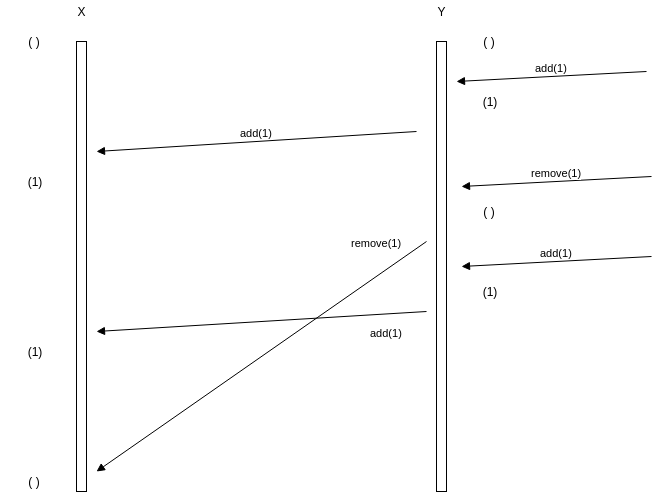
Earlier version of the draw.io export op-based-in-order-delivery.png (rcristian/CRDTIntro). Source tidied: cells renumbered, new cells last; positions are measured from the earlier drawing's top-left corner, leaving out a move shared by most shapes.
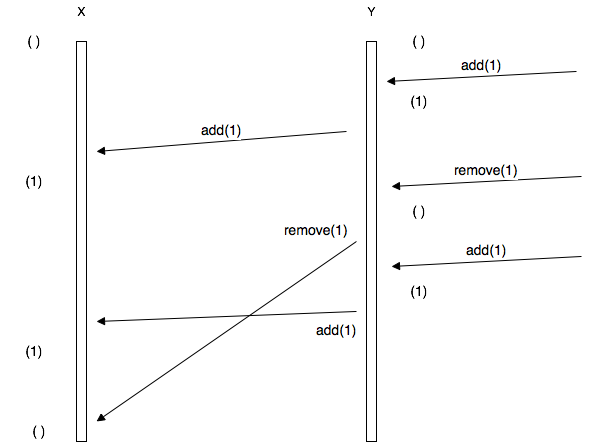
The same file after the commit.

The edit, as a diff of the source:
```diff
@@ -3,78 +3,78 @@
     <mxCell id="0" />
     <mxCell id="1" parent="0" />
     <mxCell id="2" style="html=1;perimeter=orthogonalPerimeter;" parent="1" vertex="1">
-      <mxGeometry x="75" y="40" width="10" height="450" as="geometry" />
+      <mxGeometry x="145" y="40" width="10" height="400" as="geometry" />
     </mxCell>
     <mxCell id="3" style="html=1;perimeter=orthogonalPerimeter;" parent="1" vertex="1">
-      <mxGeometry x="435" y="40" width="10" height="450" as="geometry" />
+      <mxGeometry x="435" y="40" width="10" height="400" as="geometry" />
     </mxCell>
     <mxCell id="4" value="X" style="text;html=1;strokeColor=none;fillColor=none;align=center;verticalAlign=middle;whiteSpace=wrap;overflow=hidden;" parent="1" vertex="1">
-      <mxGeometry x="60" width="40" height="20" as="geometry" />
+      <mxGeometry x="130" width="40" height="20" as="geometry" />
     </mxCell>
     <mxCell id="5" value="Y" style="text;html=1;strokeColor=none;fillColor=none;align=center;verticalAlign=middle;whiteSpace=wrap;overflow=hidden;" parent="1" vertex="1">
       <mxGeometry x="420" width="40" height="20" as="geometry" />
     </mxCell>
-    <mxCell id="6" value="( )" style="text;html=1;strokeColor=none;fillColor=none;align=center;verticalAlign=middle;whiteSpace=wrap;overflow=hidden;" parent="1" vertex="1">
-      <mxGeometry x="5" y="30" width="55" height="20" as="geometry" />
+    <mxCell id="6" value="&lt;font style=&quot;font-size: 14px&quot;&gt;( )&lt;/font&gt;" style="text;html=1;strokeColor=none;fillColor=none;align=center;verticalAlign=middle;whiteSpace=wrap;overflow=hidden;" parent="1" vertex="1">
+      <mxGeometry x="75" y="30" width="55" height="20" as="geometry" />
     </mxCell>
-    <mxCell id="7" value="( )" style="text;html=1;strokeColor=none;fillColor=none;align=center;verticalAlign=middle;whiteSpace=wrap;overflow=hidden;" parent="1" vertex="1">
+    <mxCell id="7" value="&lt;font style=&quot;font-size: 14px&quot;&gt;( )&lt;/font&gt;" style="text;html=1;strokeColor=none;fillColor=none;align=center;verticalAlign=middle;whiteSpace=wrap;overflow=hidden;" parent="1" vertex="1">
       <mxGeometry x="455" y="30" width="65" height="20" as="geometry" />
     </mxCell>
-    <mxCell id="8" value="add(1)" style="html=1;verticalAlign=bottom;endArrow=block;" parent="1" edge="1">
+    <mxCell id="8" value="&lt;font style=&quot;font-size: 14px&quot;&gt;add(1)&lt;/font&gt;" style="html=1;verticalAlign=bottom;endArrow=block;" parent="1" edge="1">
       <mxGeometry x="530" y="110" as="geometry">
         <mxPoint x="645" y="70" as="sourcePoint" />
         <mxPoint x="455" y="80" as="targetPoint" />
       </mxGeometry>
     </mxCell>
-    <mxCell id="9" value="(1)" style="text;html=1;strokeColor=none;fillColor=none;align=center;verticalAlign=middle;whiteSpace=wrap;overflow=hidden;" parent="1" vertex="1">
+    <mxCell id="9" value="&lt;font style=&quot;font-size: 14px&quot;&gt;(1)&lt;/font&gt;" style="text;html=1;strokeColor=none;fillColor=none;align=center;verticalAlign=middle;whiteSpace=wrap;overflow=hidden;" parent="1" vertex="1">
       <mxGeometry x="455" y="90" width="65" height="20" as="geometry" />
     </mxCell>
-    <mxCell id="10" value="add(1)" style="html=1;verticalAlign=bottom;endArrow=block;" parent="1" edge="1">
+    <mxCell id="10" value="&lt;font style=&quot;font-size: 14px&quot;&gt;add(1)&lt;/font&gt;" style="html=1;verticalAlign=bottom;endArrow=block;" parent="1" edge="1">
       <mxGeometry x="170" y="170" as="geometry">
         <mxPoint x="415" y="130" as="sourcePoint" />
-        <mxPoint x="95" y="150" as="targetPoint" />
+        <mxPoint x="165" y="150" as="targetPoint" />
       </mxGeometry>
     </mxCell>
-    <mxCell id="11" value="(1)" style="text;html=1;strokeColor=none;fillColor=none;align=center;verticalAlign=middle;whiteSpace=wrap;overflow=hidden;" parent="1" vertex="1">
-      <mxGeometry y="170" width="65" height="20" as="geometry" />
+    <mxCell id="11" value="&lt;font style=&quot;font-size: 14px&quot;&gt;(1)&lt;/font&gt;" style="text;html=1;strokeColor=none;fillColor=none;align=center;verticalAlign=middle;whiteSpace=wrap;overflow=hidden;" parent="1" vertex="1">
+      <mxGeometry x="70" y="170" width="65" height="20" as="geometry" />
     </mxCell>
-    <mxCell id="12" value="remove(1)" style="html=1;verticalAlign=bottom;endArrow=block;" parent="1" edge="1">
+    <mxCell id="12" value="&lt;font style=&quot;font-size: 14px&quot;&gt;remove(1)&lt;/font&gt;" style="html=1;verticalAlign=bottom;endArrow=block;" parent="1" edge="1">
       <mxGeometry x="535" y="215" as="geometry">
         <mxPoint x="650" y="175" as="sourcePoint" />
         <mxPoint x="460" y="185" as="targetPoint" />
       </mxGeometry>
     </mxCell>
-    <mxCell id="13" value="add(1)" style="html=1;verticalAlign=bottom;endArrow=block;" parent="1" edge="1">
+    <mxCell id="13" value="&lt;font style=&quot;font-size: 14px&quot;&gt;add(1)&lt;/font&gt;" style="html=1;verticalAlign=bottom;endArrow=block;" parent="1" edge="1">
       <mxGeometry x="535" y="295" as="geometry">
         <mxPoint x="650" y="255" as="sourcePoint" />
         <mxPoint x="460" y="265" as="targetPoint" />
       </mxGeometry>
     </mxCell>
-    <mxCell id="14" value="( )" style="text;html=1;strokeColor=none;fillColor=none;align=center;verticalAlign=middle;whiteSpace=wrap;overflow=hidden;" parent="1" vertex="1">
+    <mxCell id="14" value="&lt;font style=&quot;font-size: 14px&quot;&gt;( )&lt;/font&gt;" style="text;html=1;strokeColor=none;fillColor=none;align=center;verticalAlign=middle;whiteSpace=wrap;overflow=hidden;" parent="1" vertex="1">
       <mxGeometry x="455" y="200" width="65" height="20" as="geometry" />
     </mxCell>
-    <mxCell id="15" value="(1)" style="text;html=1;strokeColor=none;fillColor=none;align=center;verticalAlign=middle;whiteSpace=wrap;overflow=hidden;" parent="1" vertex="1">
+    <mxCell id="15" value="&lt;font style=&quot;font-size: 14px&quot;&gt;(1)&lt;/font&gt;" style="text;html=1;strokeColor=none;fillColor=none;align=center;verticalAlign=middle;whiteSpace=wrap;overflow=hidden;" parent="1" vertex="1">
       <mxGeometry x="455" y="280" width="65" height="20" as="geometry" />
     </mxCell>
-    <mxCell id="16" value="remove(1)" style="html=1;verticalAlign=bottom;endArrow=block;" parent="1" edge="1">
-      <mxGeometry x="15" y="40" as="geometry">
+    <mxCell id="16" value="&lt;font style=&quot;font-size: 14px&quot;&gt;remove(1)&lt;/font&gt;" style="html=1;verticalAlign=bottom;endArrow=block;" parent="1" edge="1">
+      <mxGeometry as="geometry">
         <mxPoint x="425" y="240" as="sourcePoint" />
-        <mxPoint x="95" y="470" as="targetPoint" />
-        <mxPoint x="115" y="-105" as="offset" />
+        <mxPoint x="165" y="420" as="targetPoint" />
+        <mxPoint x="90" y="-90" as="offset" />
       </mxGeometry>
     </mxCell>
-    <mxCell id="17" value="add(1)" style="html=1;verticalAlign=bottom;endArrow=block;" parent="1" edge="1">
-      <mxGeometry x="10" y="10" as="geometry">
+    <mxCell id="17" value="&lt;font style=&quot;font-size: 14px&quot;&gt;add(1)&lt;/font&gt;" style="html=1;verticalAlign=bottom;endArrow=block;" parent="1" edge="1">
+      <mxGeometry as="geometry">
         <mxPoint x="425" y="310" as="sourcePoint" />
-        <mxPoint x="95" y="330" as="targetPoint" />
-        <mxPoint x="125" y="20" as="offset" />
+        <mxPoint x="165" y="320" as="targetPoint" />
+        <mxPoint x="110" y="25" as="offset" />
       </mxGeometry>
     </mxCell>
-    <mxCell id="18" value="(1)" style="text;html=1;strokeColor=none;fillColor=none;align=center;verticalAlign=middle;whiteSpace=wrap;overflow=hidden;" parent="1" vertex="1">
-      <mxGeometry y="340" width="65" height="20" as="geometry" />
+    <mxCell id="18" value="&lt;font style=&quot;font-size: 14px&quot;&gt;(1)&lt;/font&gt;" style="text;html=1;strokeColor=none;fillColor=none;align=center;verticalAlign=middle;whiteSpace=wrap;overflow=hidden;" parent="1" vertex="1">
+      <mxGeometry x="70" y="340" width="65" height="20" as="geometry" />
     </mxCell>
-    <mxCell id="19" value="( )" style="text;html=1;strokeColor=none;fillColor=none;align=center;verticalAlign=middle;whiteSpace=wrap;overflow=hidden;" parent="1" vertex="1">
-      <mxGeometry y="470" width="65" height="20" as="geometry" />
+    <mxCell id="19" value="&lt;font style=&quot;font-size: 14px&quot;&gt;( )&lt;/font&gt;" style="text;html=1;strokeColor=none;fillColor=none;align=center;verticalAlign=middle;whiteSpace=wrap;overflow=hidden;" parent="1" vertex="1">
+      <mxGeometry x="75" y="420" width="65" height="20" as="geometry" />
     </mxCell>
   </root>
 </mxGraphModel>
```
